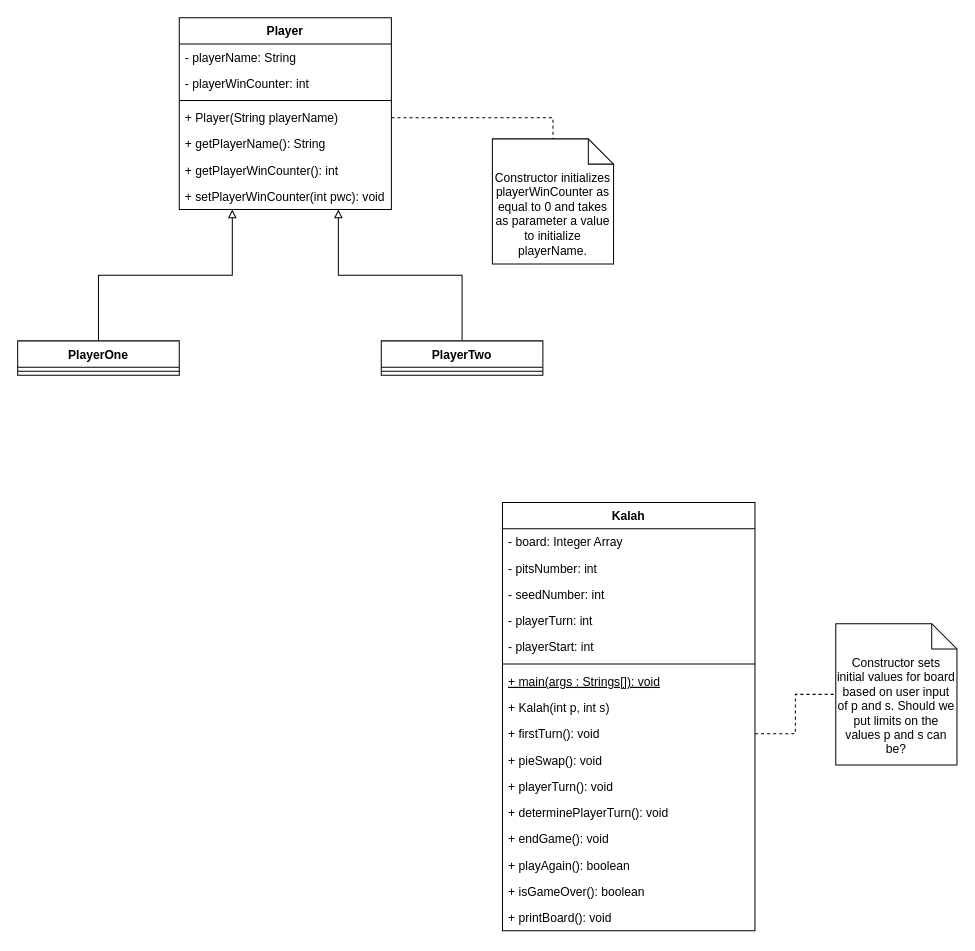
Above: Documents/Class Diagrams.drawio in crispy8290/Kalaha (draw.io), before the change. Source tidied: cells renumbered, new cells numbered last; positions are measured from the earlier drawing's top-left corner, leaving out a move shared by most shapes. Both pictures are drawn from the tidied source at 101%, with x=0, y=0 at pixel (17, 17).
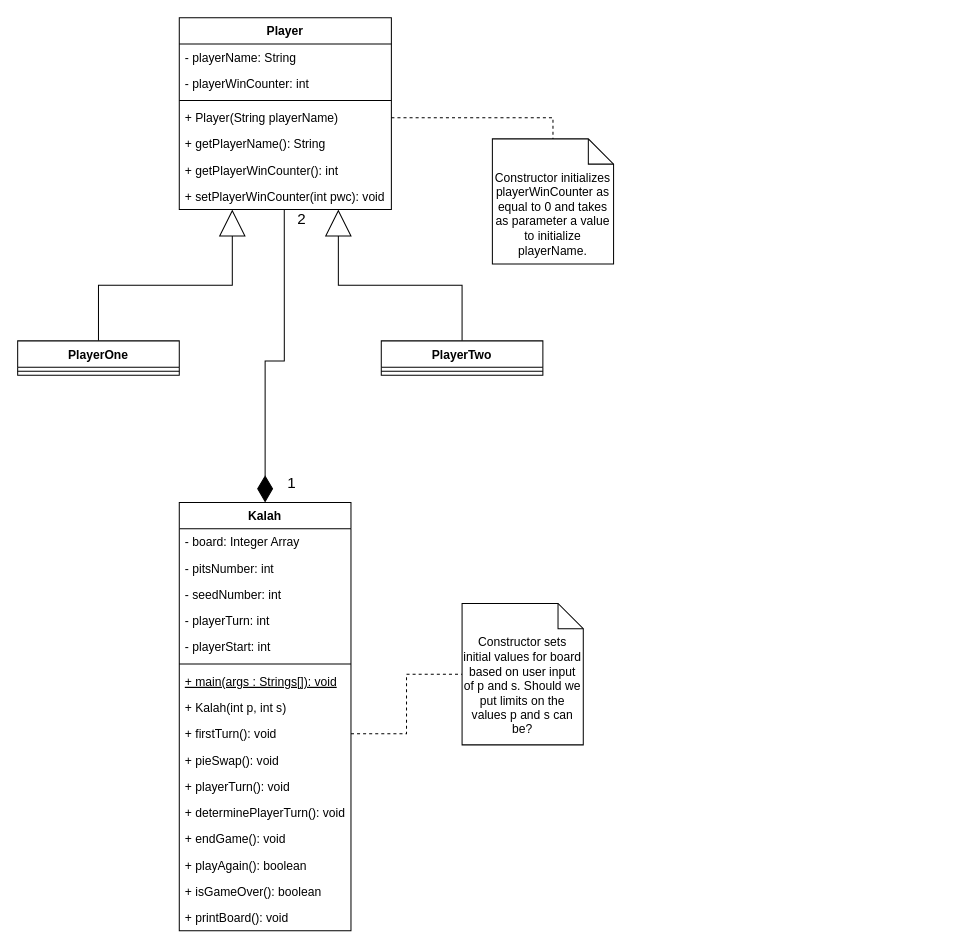
Above is the later version.

Commit message (it also covers changes not shown here):
Updated .gitignore and class diagrams

Unchanged cells that the change refers to:
```xml
<mxCell id="2" value="Player" style="swimlane;fontStyle=1;align=center;verticalAlign=top;horizontal=1;startSize=26;" parent="1" vertex="1">
  <mxGeometry x="160" width="210" height="190" as="geometry" />
</mxCell>
<mxCell id="9" value="+ setPlayerWinCounter(int pwc): void" style="text;strokeColor=none;fillColor=none;align=left;verticalAlign=top;spacingLeft=4;spacingRight=4;overflow=hidden;points=[[0,0.5],[1,0.5]];portConstraint=eastwest;" parent="2" vertex="1">
  <mxGeometry y="164" width="210" height="26" as="geometry" />
</mxCell>
<mxCell id="11" value="PlayerOne" style="swimlane;fontStyle=1;align=center;verticalAlign=top;horizontal=1;startSize=26;" parent="1" vertex="1">
  <mxGeometry y="320" width="160" height="34" as="geometry" />
</mxCell>
<mxCell id="14" value="PlayerTwo" style="swimlane;fontStyle=1;align=center;verticalAlign=top;horizontal=1;startSize=26;" parent="1" vertex="1">
  <mxGeometry x="360" y="320" width="160" height="34" as="geometry" />
</mxCell>
```

The edit, as a diff of the source:
```diff
@@
-    <mxCell id="10" style="edgeStyle=orthogonalEdgeStyle;rounded=0;jettySize=auto;html=1;exitX=0.5;exitY=0;exitDx=0;exitDy=0;entryX=0.25;entryY=1;entryDx=0;entryDy=0;endArrow=block;endFill=0;" parent="1" edge="1" source="11" target="2">
+    <mxCell id="10" style="edgeStyle=orthogonalEdgeStyle;rounded=0;jettySize=auto;html=1;exitX=0.5;exitY=0;exitDx=0;exitDy=0;entryX=0.25;entryY=1;entryDx=0;entryDy=0;endArrow=block;endFill=0;endSize=24;" parent="1" edge="1" source="11" target="2">
       <mxGeometry relative="1" as="geometry" />
     </mxCell>
@@
-    <mxCell id="13" style="edgeStyle=orthogonalEdgeStyle;rounded=0;jettySize=auto;html=1;exitX=0.5;exitY=0;exitDx=0;exitDy=0;entryX=0.75;entryY=1;entryDx=0;entryDy=0;endArrow=block;endFill=0;" parent="1" edge="1" source="14" target="2">
+    <mxCell id="13" style="edgeStyle=orthogonalEdgeStyle;rounded=0;jettySize=auto;html=1;exitX=0.5;exitY=0;exitDx=0;exitDy=0;entryX=0.75;entryY=1;entryDx=0;entryDy=0;endArrow=block;endFill=0;endSize=24;" parent="1" edge="1" source="14" target="2">
       <mxGeometry relative="1" as="geometry" />
     </mxCell>
@@
     <mxCell id="16" value="Kalah" style="swimlane;fontStyle=1;align=center;verticalAlign=top;horizontal=1;startSize=26;" parent="1" vertex="1">
-      <mxGeometry x="480" y="480" width="250" height="424" as="geometry" />
+      <mxGeometry x="160" y="480" width="170" height="424" as="geometry" />
     </mxCell>
     <mxCell id="17" value="- board: Integer Array" style="text;strokeColor=none;fillColor=none;align=left;verticalAlign=top;spacingLeft=4;spacingRight=4;overflow=hidden;" parent="16" vertex="1">
-      <mxGeometry y="26" width="250" height="26" as="geometry" />
+      <mxGeometry y="26" width="170" height="26" as="geometry" />
     </mxCell>
     <mxCell id="18" value="- pitsNumber: int" style="text;strokeColor=none;fillColor=none;align=left;verticalAlign=top;spacingLeft=4;spacingRight=4;overflow=hidden;" parent="16" vertex="1">
-      <mxGeometry y="52" width="250" height="26" as="geometry" />
+      <mxGeometry y="52" width="170" height="26" as="geometry" />
     </mxCell>
     <mxCell id="19" value="- seedNumber: int" style="text;strokeColor=none;fillColor=none;align=left;verticalAlign=top;spacingLeft=4;spacingRight=4;overflow=hidden;" parent="16" vertex="1">
-      <mxGeometry y="78" width="250" height="26" as="geometry" />
+      <mxGeometry y="78" width="170" height="26" as="geometry" />
     </mxCell>
     <mxCell id="20" value="- playerTurn: int" style="text;strokeColor=none;fillColor=none;align=left;verticalAlign=top;spacingLeft=4;spacingRight=4;overflow=hidden;" parent="16" vertex="1">
-      <mxGeometry y="104" width="250" height="26" as="geometry" />
+      <mxGeometry y="104" width="170" height="26" as="geometry" />
     </mxCell>
     <mxCell id="21" value="- playerStart: int" style="text;strokeColor=none;fillColor=none;align=left;verticalAlign=top;spacingLeft=4;spacingRight=4;overflow=hidden;" parent="16" vertex="1">
-      <mxGeometry y="130" width="250" height="26" as="geometry" />
+      <mxGeometry y="130" width="170" height="26" as="geometry" />
     </mxCell>
     <mxCell id="22" style="line;strokeWidth=1;fillColor=none;align=left;verticalAlign=middle;spacingTop=-1;spacingLeft=3;spacingRight=3;labelPosition=right;" parent="16" vertex="1">
-      <mxGeometry y="156" width="250" height="8" as="geometry" />
+      <mxGeometry y="156" width="170" height="8" as="geometry" />
     </mxCell>
     <mxCell id="23" value="+ main(args : Strings[]): void" style="text;strokeColor=none;fillColor=none;align=left;verticalAlign=top;spacingLeft=4;spacingRight=4;overflow=hidden;fontStyle=4;" parent="16" vertex="1">
-      <mxGeometry y="164" width="250" height="26" as="geometry" />
+      <mxGeometry y="164" width="170" height="26" as="geometry" />
     </mxCell>
     <mxCell id="24" value="+ Kalah(int p, int s)" style="text;strokeColor=none;fillColor=none;align=left;verticalAlign=top;spacingLeft=4;spacingRight=4;overflow=hidden;fontStyle=0;" parent="16" vertex="1">
-      <mxGeometry y="190" width="250" height="26" as="geometry" />
+      <mxGeometry y="190" width="170" height="26" as="geometry" />
     </mxCell>
     <mxCell id="25" value="+ firstTurn(): void" style="text;strokeColor=none;fillColor=none;align=left;verticalAlign=top;spacingLeft=4;spacingRight=4;overflow=hidden;points=[[0,0.5],[1,0.5]];portConstraint=eastwest;fontStyle=0;" parent="16" vertex="1">
-      <mxGeometry y="216" width="250" height="26" as="geometry" />
+      <mxGeometry y="216" width="170" height="26" as="geometry" />
     </mxCell>
     <mxCell id="26" value="+ pieSwap(): void" style="text;strokeColor=none;fillColor=none;align=left;verticalAlign=top;spacingLeft=4;spacingRight=4;overflow=hidden;" parent="16" vertex="1">
-      <mxGeometry y="242" width="250" height="26" as="geometry" />
+      <mxGeometry y="242" width="170" height="26" as="geometry" />
     </mxCell>
     <mxCell id="27" value="+ playerTurn(): void" style="text;strokeColor=none;fillColor=none;align=left;verticalAlign=top;spacingLeft=4;spacingRight=4;overflow=hidden;" parent="16" vertex="1">
-      <mxGeometry y="268" width="250" height="26" as="geometry" />
+      <mxGeometry y="268" width="170" height="26" as="geometry" />
     </mxCell>
     <mxCell id="28" value="+ determinePlayerTurn(): void" style="text;strokeColor=none;fillColor=none;align=left;verticalAlign=top;spacingLeft=4;spacingRight=4;overflow=hidden;" parent="16" vertex="1">
-      <mxGeometry y="294" width="250" height="26" as="geometry" />
+      <mxGeometry y="294" width="170" height="26" as="geometry" />
     </mxCell>
     <mxCell id="29" value="+ endGame(): void" style="text;strokeColor=none;fillColor=none;align=left;verticalAlign=top;spacingLeft=4;spacingRight=4;overflow=hidden;" parent="16" vertex="1">
-      <mxGeometry y="320" width="250" height="26" as="geometry" />
+      <mxGeometry y="320" width="170" height="26" as="geometry" />
     </mxCell>
     <mxCell id="30" value="+ playAgain(): boolean" style="text;strokeColor=none;fillColor=none;align=left;verticalAlign=top;spacingLeft=4;spacingRight=4;overflow=hidden;" parent="16" vertex="1">
-      <mxGeometry y="346" width="250" height="26" as="geometry" />
+      <mxGeometry y="346" width="170" height="26" as="geometry" />
     </mxCell>
     <mxCell id="31" value="+ isGameOver(): boolean" style="text;strokeColor=none;fillColor=none;align=left;verticalAlign=top;spacingLeft=4;spacingRight=4;overflow=hidden;" parent="16" vertex="1">
-      <mxGeometry y="372" width="250" height="26" as="geometry" />
+      <mxGeometry y="372" width="170" height="26" as="geometry" />
     </mxCell>
     <mxCell id="32" value="+ printBoard(): void" style="text;strokeColor=none;fillColor=none;align=left;verticalAlign=top;spacingLeft=4;spacingRight=4;overflow=hidden;" parent="16" vertex="1">
-      <mxGeometry y="398" width="250" height="26" as="geometry" />
+      <mxGeometry y="398" width="170" height="26" as="geometry" />
     </mxCell>
@@
     <mxCell id="35" value="Constructor sets initial values for board based on user input of p and s. Should we put limits on the values p and s can be?" style="shape=note2;boundedLbl=1;whiteSpace=wrap;html=1;size=25;verticalAlign=top;align=center;" parent="1" vertex="1">
-      <mxGeometry x="810" y="600" width="120" height="140" as="geometry" />
+      <mxGeometry x="440" y="580" width="120" height="140" as="geometry" />
     </mxCell>
@@
+    <mxCell id="37" style="endArrow=diamondThin;endFill=1;endSize=24;html=1;rounded=0;strokeWidth=1;entryX=0.5;entryY=0;entryDx=0;entryDy=0;exitX=0.495;exitY=1;exitDx=0;exitDy=0;exitPerimeter=0;" parent="1" edge="1" source="9" target="16">
+      <mxGeometry relative="1" as="geometry">
+        <Array as="points">
+          <mxPoint x="264" y="340" />
+          <mxPoint x="245" y="340" />
+        </Array>
+      </mxGeometry>
+    </mxCell>
+    <mxCell id="38" value="1" style="edgeLabel;html=1;align=center;verticalAlign=middle;fontSize=15;" parent="37" vertex="1">
+      <mxGeometry x="0.86" y="-2" relative="1" as="geometry">
+        <mxPoint x="27" y="2" as="offset" />
+      </mxGeometry>
+    </mxCell>
+    <mxCell id="39" value="2" style="edgeLabel;html=1;align=center;verticalAlign=middle;fontSize=15;" parent="37" vertex="1">
+      <mxGeometry x="0.88" y="-2" relative="1" as="geometry">
+        <mxPoint x="37" y="-262" as="offset" />
+      </mxGeometry>
+    </mxCell>
```
